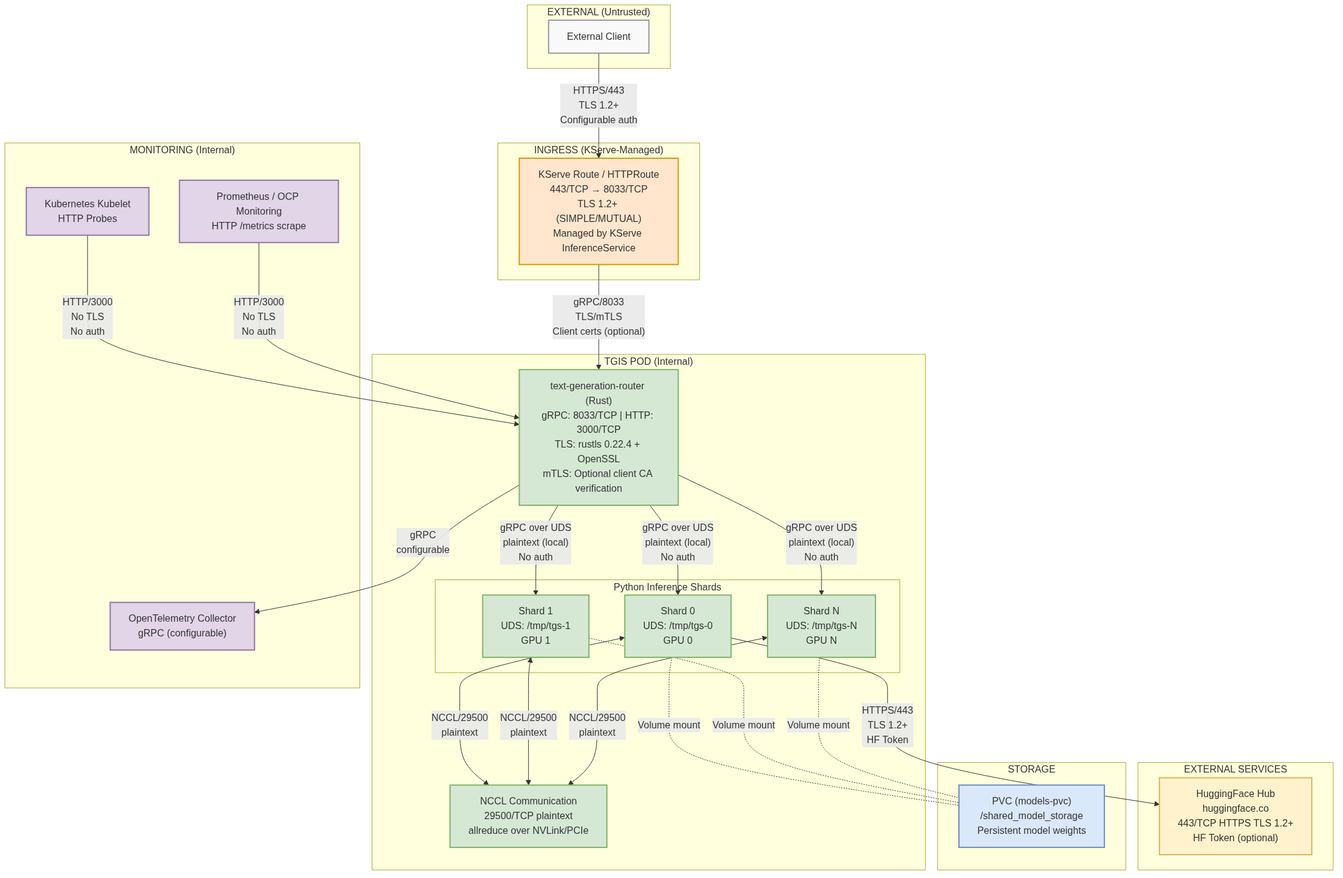
Before: architecture/rhoai.next/diagrams/text-generation-inference-security-network.png, a diagram exported from Mermaid (rhuss/architecture-context). Its source is kept beside it as architecture/rhoai.next/diagrams/text-generation-inference-security-network.mmd.
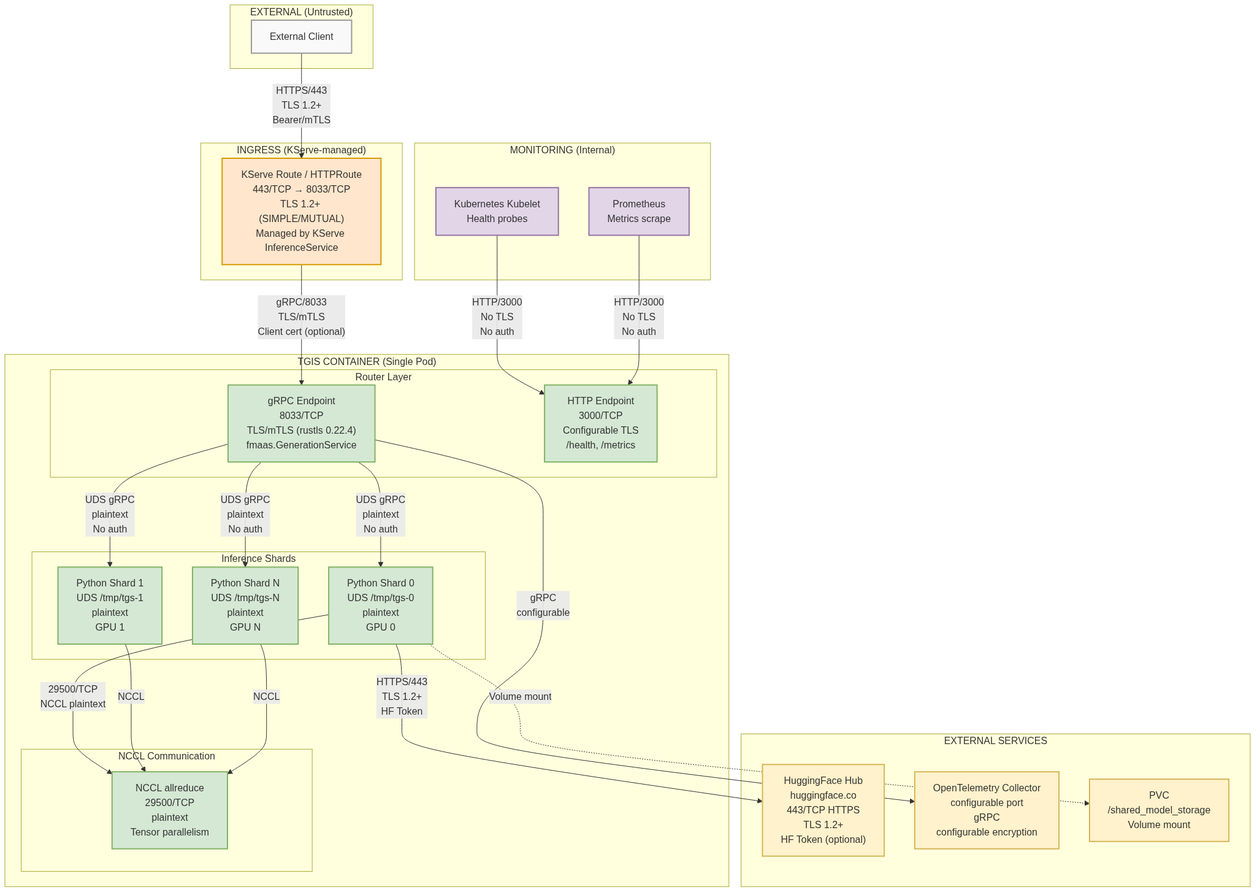
Later version of the same file.

Diff of the diagram source:
```diff
@@ -3,70 +3,68 @@
         Client["External Client"]
     end
 
-    subgraph Ingress["INGRESS (KServe-Managed)"]
+    subgraph Ingress["INGRESS (KServe-managed)"]
         KServeRoute["KServe Route / HTTPRoute<br/>443/TCP → 8033/TCP<br/>TLS 1.2+ (SIMPLE/MUTUAL)<br/>Managed by KServe InferenceService"]
     end
 
-    subgraph TGISPod["TGIS POD (Internal)"]
+    subgraph TGISPod["TGIS CONTAINER (Single Pod)"]
         direction TB
 
-        Router["text-generation-router (Rust)<br/>gRPC: 8033/TCP | HTTP: 3000/TCP<br/>TLS: rustls 0.22.4 + OpenSSL<br/>mTLS: Optional client CA verification"]
-
-        subgraph Shards["Python Inference Shards"]
-            direction LR
-            Shard0["Shard 0<br/>UDS: /tmp/tgs-0<br/>GPU 0"]
-            Shard1["Shard 1<br/>UDS: /tmp/tgs-1<br/>GPU 1"]
-            ShardN["Shard N<br/>UDS: /tmp/tgs-N<br/>GPU N"]
+        subgraph RouterLayer["Router Layer"]
+            GRPCEndpoint["gRPC Endpoint<br/>8033/TCP<br/>TLS/mTLS (rustls 0.22.4)<br/>fmaas.GenerationService"]
+            HTTPEndpoint["HTTP Endpoint<br/>3000/TCP<br/>Configurable TLS<br/>/health, /metrics"]
         end
 
-        NCCLComm["NCCL Communication<br/>29500/TCP plaintext<br/>allreduce over NVLink/PCIe"]
+        subgraph ShardLayer["Inference Shards"]
+            direction LR
+            Shard0["Python Shard 0<br/>UDS /tmp/tgs-0<br/>plaintext<br/>GPU 0"]
+            Shard1["Python Shard 1<br/>UDS /tmp/tgs-1<br/>plaintext<br/>GPU 1"]
+            ShardN["Python Shard N<br/>UDS /tmp/tgs-N<br/>plaintext<br/>GPU N"]
+        end
+
+        subgraph NCCLLayer["NCCL Communication"]
+            NCCLBus["NCCL allreduce<br/>29500/TCP<br/>plaintext<br/>Tensor parallelism"]
+        end
     end
 
     subgraph Monitoring["MONITORING (Internal)"]
-        Kubelet["Kubernetes Kubelet<br/>HTTP Probes"]
-        Prometheus["Prometheus / OCP Monitoring<br/>HTTP /metrics scrape"]
-        OTel["OpenTelemetry Collector<br/>gRPC (configurable)"]
+        Kubelet["Kubernetes Kubelet<br/>Health probes"]
+        Prometheus["Prometheus<br/>Metrics scrape"]
     end
 
     subgraph ExternalServices["EXTERNAL SERVICES"]
-        HFHub["HuggingFace Hub<br/>huggingface.co<br/>443/TCP HTTPS TLS 1.2+<br/>HF Token (optional)"]
+        HFHub["HuggingFace Hub<br/>huggingface.co<br/>443/TCP HTTPS<br/>TLS 1.2+<br/>HF Token (optional)"]
+        OTel["OpenTelemetry Collector<br/>configurable port<br/>gRPC<br/>configurable encryption"]
+        PVC["PVC<br/>/shared_model_storage<br/>Volume mount"]
     end
 
-    subgraph Storage["STORAGE"]
-        PVC["PVC (models-pvc)<br/>/shared_model_storage<br/>Persistent model weights"]
-    end
+    Client -->|"HTTPS/443<br/>TLS 1.2+<br/>Bearer/mTLS"| KServeRoute
+    KServeRoute -->|"gRPC/8033<br/>TLS/mTLS<br/>Client cert (optional)"| GRPCEndpoint
 
-    Client -->|"HTTPS/443<br/>TLS 1.2+<br/>Configurable auth"| KServeRoute
-    KServeRoute -->|"gRPC/8033<br/>TLS/mTLS<br/>Client certs (optional)"| Router
+    Kubelet -->|"HTTP/3000<br/>No TLS<br/>No auth"| HTTPEndpoint
+    Prometheus -->|"HTTP/3000<br/>No TLS<br/>No auth"| HTTPEndpoint
 
-    Router -->|"gRPC over UDS<br/>plaintext (local)<br/>No auth"| Shard0
-    Router -->|"gRPC over UDS<br/>plaintext (local)<br/>No auth"| Shard1
-    Router -->|"gRPC over UDS<br/>plaintext (local)<br/>No auth"| ShardN
+    GRPCEndpoint -->|"UDS gRPC<br/>plaintext<br/>No auth"| Shard0
+    GRPCEndpoint -->|"UDS gRPC<br/>plaintext<br/>No auth"| Shard1
+    GRPCEndpoint -->|"UDS gRPC<br/>plaintext<br/>No auth"| ShardN
 
-    Shard0 <-->|"NCCL/29500<br/>plaintext"| NCCLComm
-    Shard1 <-->|"NCCL/29500<br/>plaintext"| NCCLComm
-    ShardN <-->|"NCCL/29500<br/>plaintext"| NCCLComm
-
-    Kubelet -->|"HTTP/3000<br/>No TLS<br/>No auth"| Router
-    Prometheus -->|"HTTP/3000<br/>No TLS<br/>No auth"| Router
-    Router -->|"gRPC<br/>configurable"| OTel
+    Shard0 -->|"29500/TCP<br/>NCCL plaintext"| NCCLBus
+    Shard1 -->|"NCCL"| NCCLBus
+    ShardN -->|"NCCL"| NCCLBus
 
     Shard0 -->|"HTTPS/443<br/>TLS 1.2+<br/>HF Token"| HFHub
-
-    Shard0 -.-|"Volume mount"| PVC
-    Shard1 -.-|"Volume mount"| PVC
-    ShardN -.-|"Volume mount"| PVC
+    GRPCEndpoint -->|"gRPC<br/>configurable"| OTel
+    Shard0 -.->|"Volume mount"| PVC
 
     classDef external fill:#f9f9f9,stroke:#999,stroke-width:2px
     classDef ingress fill:#ffe6cc,stroke:#d79b00,stroke-width:2px
     classDef tgispod fill:#d5e8d4,stroke:#82b366,stroke-width:2px
     classDef monitoring fill:#e1d5e7,stroke:#9673a6,stroke-width:2px
     classDef externalservice fill:#fff2cc,stroke:#d6b656,stroke-width:2px
-    classDef storage fill:#dae8fc,stroke:#6c8ebf,stroke-width:2px
+    classDef warning fill:#f8cecc,stroke:#b85450,stroke-width:2px
 
     class Client external
     class KServeRoute ingress
-    class Router,Shard0,Shard1,ShardN,NCCLComm tgispod
-    class Kubelet,Prometheus,OTel monitoring
-    class HFHub externalservice
-    class PVC storage
+    class GRPCEndpoint,HTTPEndpoint,Shard0,Shard1,ShardN,NCCLBus tgispod
+    class Kubelet,Prometheus monitoring
+    class HFHub,OTel,PVC externalservice
```
